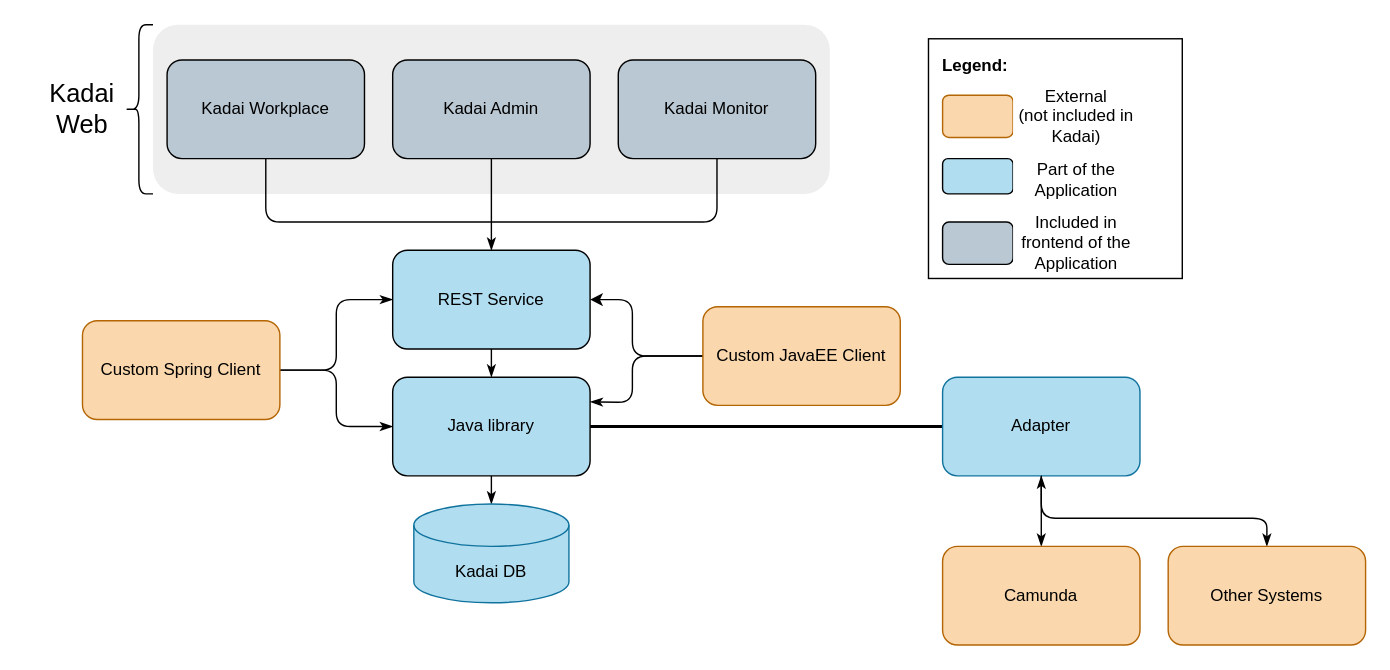
The draw.io diagram new-doc-structure/first-example/docs/user-guide/core-concepts/architecture.drawio in ryzheboka/taskana-doc, before the edit. Source tidied: cells renumbered, new cells numbered last; positions are measured from the earlier drawing's top-left corner, leaving out a move shared by most shapes. Both pictures are drawn from the tidied source at 141%, with x=0, y=0 at pixel (25, 24).
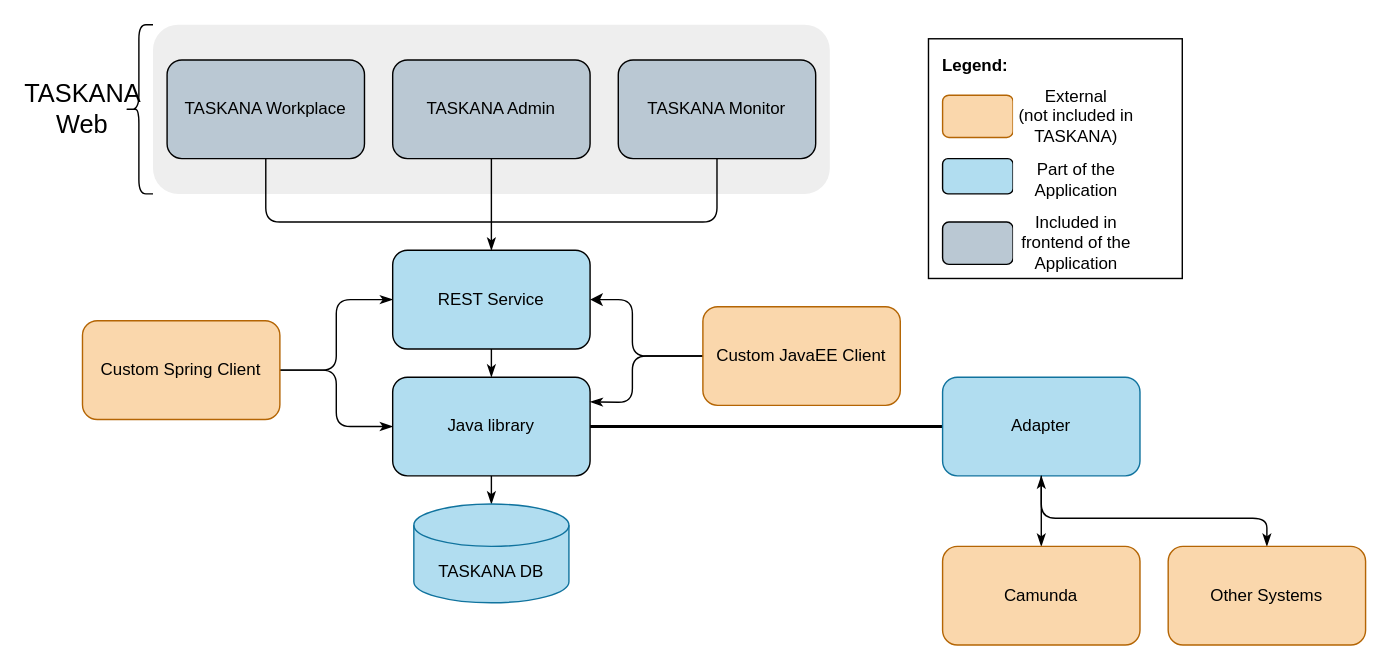
After the change.

Commit message (it also covers changes not shown here):
change Kadai and Taskana to TASKANA

Change to the diagram source:
```diff
@@
-    <mxCell id="8" value="Kadai DB" style="shape=cylinder3;whiteSpace=wrap;html=1;boundedLbl=1;backgroundOutline=1;size=15;fillColor=#b1ddf0;strokeColor=#10739e;" parent="1" vertex="1">
+    <mxCell id="8" value="TASKANA DB" style="shape=cylinder3;whiteSpace=wrap;html=1;boundedLbl=1;backgroundOutline=1;size=15;fillColor=#b1ddf0;strokeColor=#10739e;" parent="1" vertex="1">
       <mxGeometry x="275" y="340" width="110" height="70" as="geometry" />
     </mxCell>
@@
-    <mxCell id="18" value="Kadai Workplace" style="rounded=1;whiteSpace=wrap;html=1;fillColor=#bac8d3;strokeColor=default;" parent="1" vertex="1">
+    <mxCell id="18" value="TASKANA Workplace" style="rounded=1;whiteSpace=wrap;html=1;fillColor=#bac8d3;strokeColor=default;" parent="1" vertex="1">
       <mxGeometry x="100" y="25" width="140" height="70" as="geometry" />
     </mxCell>
-    <mxCell id="19" value="Kadai Admin" style="rounded=1;whiteSpace=wrap;html=1;fillColor=#bac8d3;strokeColor=default;" parent="1" vertex="1">
+    <mxCell id="19" value="TASKANA Admin" style="rounded=1;whiteSpace=wrap;html=1;fillColor=#bac8d3;strokeColor=default;" parent="1" vertex="1">
       <mxGeometry x="260" y="25" width="140" height="70" as="geometry" />
     </mxCell>
-    <mxCell id="20" value="Kadai Monitor" style="rounded=1;whiteSpace=wrap;html=1;fillColor=#bac8d3;strokeColor=default;" parent="1" vertex="1">
+    <mxCell id="20" value="TASKANA Monitor" style="rounded=1;whiteSpace=wrap;html=1;fillColor=#bac8d3;strokeColor=default;" parent="1" vertex="1">
       <mxGeometry x="420" y="25" width="140" height="70" as="geometry" />
     </mxCell>
-    <mxCell id="21" value="&lt;font style=&quot;font-size: 18px&quot;&gt;Kadai Web&lt;/font&gt;" style="rounded=0;whiteSpace=wrap;html=1;fillColor=none;strokeColor=none;" parent="1" vertex="1">
+    <mxCell id="21" value="&lt;font style=&quot;font-size: 18px&quot;&gt;TASKANA Web&lt;/font&gt;" style="rounded=0;whiteSpace=wrap;html=1;fillColor=none;strokeColor=none;" parent="1" vertex="1">
       <mxGeometry y="40" width="80" height="40" as="geometry" />
     </mxCell>
@@
-    <mxCell id="28" value="External&lt;br&gt;(not included in Kadai)" style="rounded=0;whiteSpace=wrap;html=1;fontSize=12;strokeColor=none;" parent="1" vertex="1">
+    <mxCell id="28" value="External&lt;br&gt;(not included in TASKANA)" style="rounded=0;whiteSpace=wrap;html=1;fontSize=12;strokeColor=none;" parent="1" vertex="1">
       <mxGeometry x="700" y="50" width="90" height="30" as="geometry" />
     </mxCell>
```
